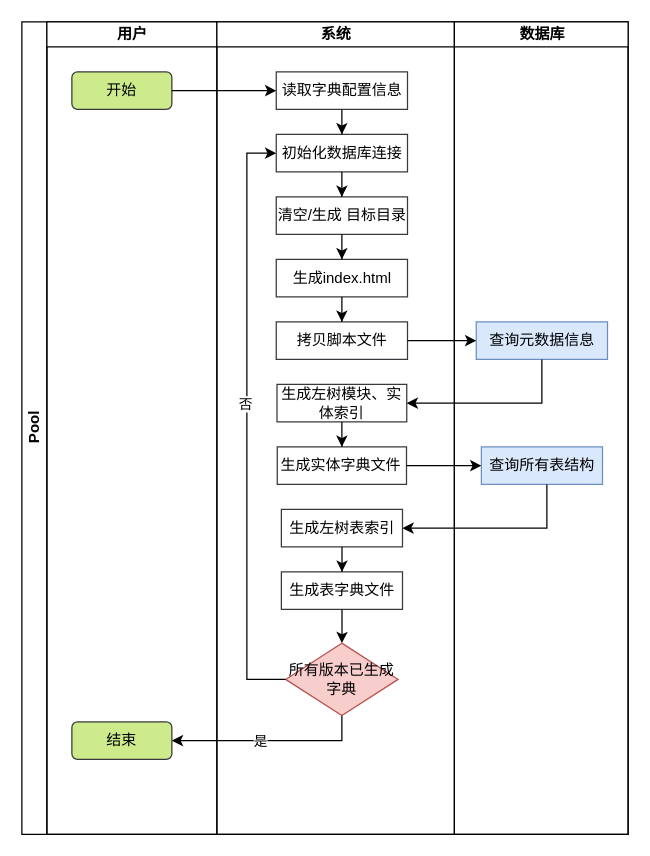
Earlier version of the draw.io diagram page "流程图" (1 of 2) of doc/DataDictCreator.drawio (rocex/datadict-creator). Source tidied: cells renumbered, new cells numbered last; positions are measured from the earlier drawing's top-left corner, leaving out a move shared by most shapes. Both pictures are drawn from the tidied source at 125%, with x=0, y=0 at pixel (21, 21).
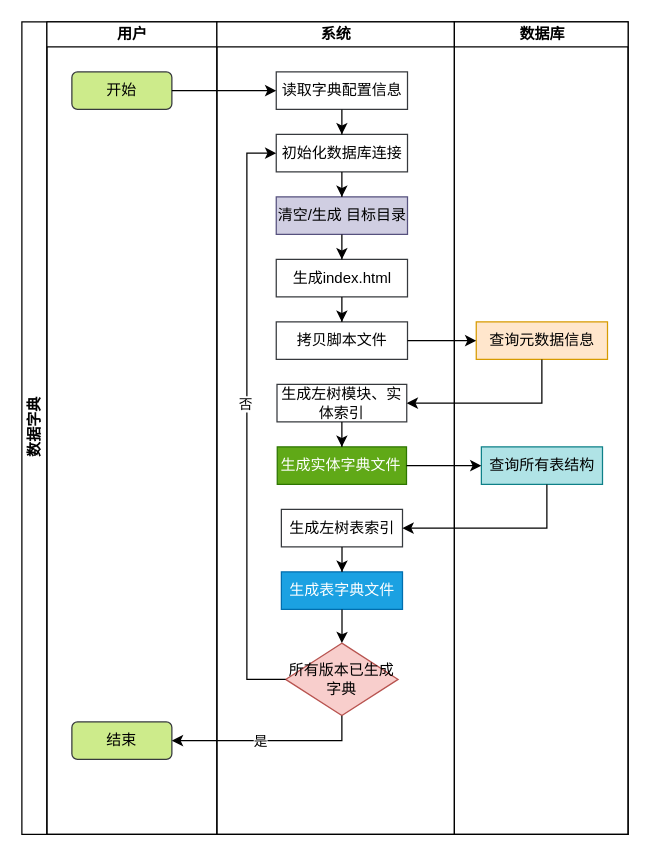
The same page after the edit.

Unchanged cells that the change refers to:
```xml
<mxCell id="6" value="系统" style="swimlane;html=1;startSize=20;" parent="2" vertex="1">
  <mxGeometry x="156" width="190" height="650" as="geometry" />
</mxCell>
<mxCell id="26" value="数据库" style="swimlane;html=1;startSize=20;" parent="2" vertex="1">
  <mxGeometry x="346" width="139" height="650" as="geometry" />
</mxCell>
```

The edit, as a diff of the source:
```diff
@@
-    <mxCell id="2" value="Pool" style="swimlane;html=1;startSize=20;horizontal=0;swimlaneFillColor=none;swimlaneLine=1;glass=0;" parent="1" vertex="1">
+    <mxCell id="2" value="数据字典" style="swimlane;html=1;startSize=20;horizontal=0;swimlaneFillColor=none;swimlaneLine=1;glass=0;" parent="1" vertex="1">
       <mxGeometry width="485" height="650" as="geometry" />
     </mxCell>
@@
-    <mxCell id="10" value="清空/生成 目标目录" style="rounded=0;whiteSpace=wrap;html=1;glass=0;fillColor=none;strokeColor=#36393d;fontColor=#000000;" parent="6" vertex="1">
+    <mxCell id="10" value="清空/生成 目标目录" style="rounded=0;whiteSpace=wrap;html=1;glass=0;fillColor=#d0cee2;strokeColor=#56517e;" parent="6" vertex="1">
       <mxGeometry x="47.5" y="140" width="105" height="30" as="geometry" />
     </mxCell>
@@
-    <mxCell id="17" value="生成实体字典文件" style="rounded=0;whiteSpace=wrap;html=1;glass=0;fillColor=none;strokeColor=#36393d;fontColor=#000000;" parent="6" vertex="1">
+    <mxCell id="17" value="生成实体字典文件" style="rounded=0;whiteSpace=wrap;html=1;glass=0;fillColor=#60a917;strokeColor=#2D7600;fontColor=#ffffff;" parent="6" vertex="1">
       <mxGeometry x="48.3" y="340" width="103.4" height="30" as="geometry" />
     </mxCell>
@@
-    <mxCell id="20" value="生成表字典文件" style="rounded=0;whiteSpace=wrap;html=1;glass=0;fillColor=none;strokeColor=#36393d;fontColor=#000000;" parent="6" vertex="1">
+    <mxCell id="20" value="生成表字典文件" style="rounded=0;whiteSpace=wrap;html=1;glass=0;fillColor=#1ba1e2;strokeColor=#006EAF;fontColor=#ffffff;" parent="6" vertex="1">
       <mxGeometry x="51.6" y="440" width="96.9" height="30" as="geometry" />
     </mxCell>
@@
-    <mxCell id="27" value="查询元数据信息" style="rounded=0;whiteSpace=wrap;html=1;glass=0;fillColor=#dae8fc;strokeColor=#6c8ebf;" parent="26" vertex="1">
+    <mxCell id="27" value="查询元数据信息" style="rounded=0;whiteSpace=wrap;html=1;glass=0;fillColor=#ffe6cc;strokeColor=#d79b00;" parent="26" vertex="1">
       <mxGeometry x="17.5" y="240" width="105" height="30" as="geometry" />
     </mxCell>
-    <mxCell id="28" value="查询所有表结构" style="rounded=0;whiteSpace=wrap;html=1;glass=0;fillColor=#dae8fc;strokeColor=#6c8ebf;" parent="26" vertex="1">
+    <mxCell id="28" value="查询所有表结构" style="rounded=0;whiteSpace=wrap;html=1;glass=0;fillColor=#b0e3e6;strokeColor=#0e8088;" parent="26" vertex="1">
       <mxGeometry x="21.6" y="340" width="96.9" height="30" as="geometry" />
     </mxCell>
```
